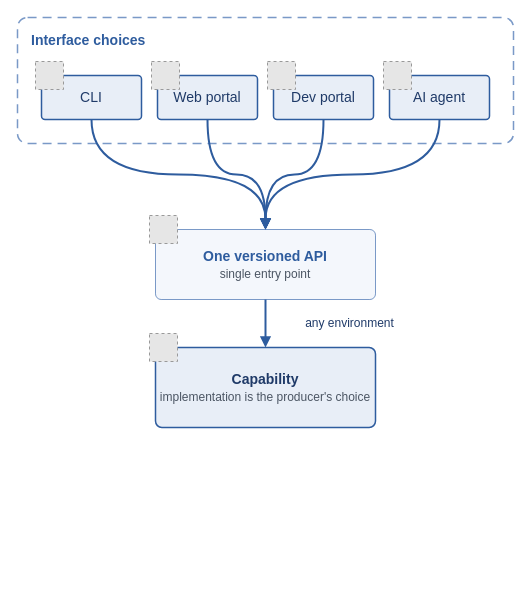
The draw.io diagram page "Fig 7 – Defined Contract" (7 of 11) of diagrams/pcf-community-draft.drawio in missBerg/platform-capabilities, before the edit. Source tidied: cells renumbered, new cells numbered last; positions are measured from the earlier drawing's top-left corner, leaving out a move shared by most shapes. Both pictures are drawn from the tidied source at 100%, with x=0, y=0 at pixel (17, 17). Pictures stored in the file or linked from it are replaced by grey dashed boxes.
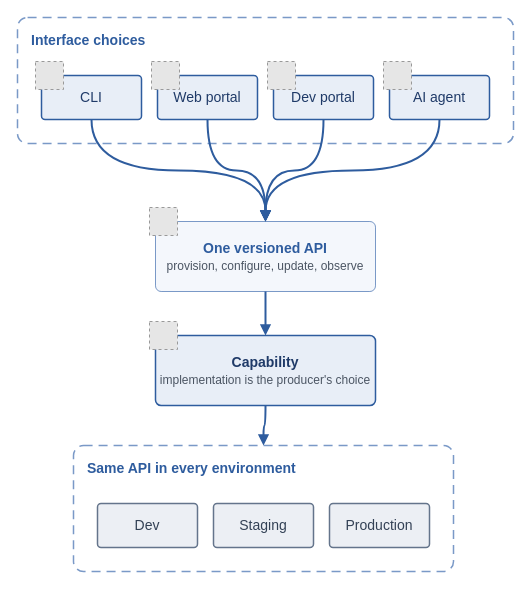
Above is the later version.

Diff of the diagram source:
```diff
@@
+    <mxCell id="20" value="&lt;b&gt;Same API in every environment&lt;/b&gt;" style="rounded=1;whiteSpace=wrap;html=1;arcSize=8;fillColor=none;strokeColor=#7A99C7;strokeWidth=1.5;fontColor=#2E5C9E;fontFamily=Helvetica;fontSize=14;align=left;verticalAlign=top;dashed=1;dashPattern=6 4;spacingLeft=12;spacingTop=8;shadow=0;" parent="1" vertex="1">
+      <mxGeometry x="56" y="428" width="380" height="126" as="geometry" />
+    </mxCell>
@@
-    <mxCell id="11" value="&lt;b&gt;One versioned API&lt;/b&gt;&lt;br&gt;&lt;font style=&quot;font-size: 12px&quot; color=&quot;#4B5563&quot;&gt;single entry point&lt;/font&gt;" style="rounded=1;whiteSpace=wrap;html=1;arcSize=8;fillColor=#F4F7FC;strokeColor=#7A99C7;strokeWidth=1;fontColor=#2E5C9E;fontFamily=Helvetica;fontSize=14;align=center;verticalAlign=middle;shadow=0;" parent="1" vertex="1">
-      <mxGeometry x="138" y="212" width="220" height="70" as="geometry" />
+    <mxCell id="11" value="&lt;b&gt;One versioned API&lt;/b&gt;&lt;br&gt;&lt;font style=&quot;font-size: 12px&quot; color=&quot;#4B5563&quot;&gt;provision, configure, update, observe&lt;/font&gt;" style="rounded=1;whiteSpace=wrap;html=1;arcSize=8;fillColor=#F4F7FC;strokeColor=#7A99C7;strokeWidth=1;fontColor=#2E5C9E;fontFamily=Helvetica;fontSize=14;align=center;verticalAlign=middle;shadow=0;" parent="1" vertex="1">
+      <mxGeometry x="138" y="204" width="220" height="70" as="geometry" />
     </mxCell>
     <mxCell id="12" style="fillColor=#E6E6E6;strokeColor=#999999;dashed=1;verticalLabelPosition=bottom;verticalAlign=top;align=center;fontFamily=Helvetica;fontSize=14;fontColor=#1F3A68;" parent="1" vertex="1">
-      <mxGeometry x="132" y="198" width="28" height="28" as="geometry" />
+      <mxGeometry x="132" y="190" width="28" height="28" as="geometry" />
     </mxCell>
     <mxCell id="13" value="&lt;b&gt;Capability&lt;/b&gt;&lt;br&gt;&lt;font style=&quot;font-size: 12px&quot; color=&quot;#4B5563&quot;&gt;implementation is the producer&amp;#x27;s choice&lt;/font&gt;" style="rounded=1;whiteSpace=wrap;html=1;arcSize=8;fillColor=#E8EEF7;strokeColor=#2E5C9E;strokeWidth=1.5;fontColor=#1F3A68;fontFamily=Helvetica;fontSize=14;align=center;verticalAlign=middle;shadow=0;" parent="1" vertex="1">
-      <mxGeometry x="138" y="330" width="220" height="80" as="geometry" />
+      <mxGeometry x="138" y="318" width="220" height="70" as="geometry" />
     </mxCell>
     <mxCell id="14" style="fillColor=#E6E6E6;strokeColor=#999999;dashed=1;verticalLabelPosition=bottom;verticalAlign=top;align=center;fontFamily=Helvetica;fontSize=14;fontColor=#1F3A68;" parent="1" vertex="1">
-      <mxGeometry x="132" y="316" width="28" height="28" as="geometry" />
+      <mxGeometry x="132" y="304" width="28" height="28" as="geometry" />
     </mxCell>
+    <mxCell id="21" value="Dev" style="rounded=1;whiteSpace=wrap;html=1;arcSize=8;fillColor=#ECEFF4;strokeColor=#64748B;strokeWidth=1.5;fontColor=#334155;fontFamily=Helvetica;fontSize=14;align=center;verticalAlign=middle;shadow=0;" parent="1" vertex="1">
+      <mxGeometry x="80" y="486" width="100" height="44" as="geometry" />
+    </mxCell>
+    <mxCell id="22" value="Staging" style="rounded=1;whiteSpace=wrap;html=1;arcSize=8;fillColor=#ECEFF4;strokeColor=#64748B;strokeWidth=1.5;fontColor=#334155;fontFamily=Helvetica;fontSize=14;align=center;verticalAlign=middle;shadow=0;" parent="1" vertex="1">
+      <mxGeometry x="196" y="486" width="100" height="44" as="geometry" />
+    </mxCell>
+    <mxCell id="23" value="Production" style="rounded=1;whiteSpace=wrap;html=1;arcSize=8;fillColor=#ECEFF4;strokeColor=#64748B;strokeWidth=1.5;fontColor=#334155;fontFamily=Helvetica;fontSize=14;align=center;verticalAlign=middle;shadow=0;" parent="1" vertex="1">
+      <mxGeometry x="312" y="486" width="100" height="44" as="geometry" />
+    </mxCell>
@@
-    <mxCell id="19" value="any environment" style="edgeStyle=orthogonalEdgeStyle;endArrow=block;html=1;rounded=0;strokeColor=#2E5C9E;strokeWidth=2;fontColor=#1F3A68;fontFamily=Helvetica;fontSize=12;endFill=1;curved=1;exitX=0.5;exitY=1;exitDx=0;exitDy=0;entryX=0.5;entryY=0;entryDx=0;entryDy=0;" parent="1" edge="1" source="11" target="13">
-      <mxGeometry relative="1" as="geometry">
-        <mxPoint x="84" as="offset" />
-      </mxGeometry>
+    <mxCell id="19" style="edgeStyle=orthogonalEdgeStyle;endArrow=block;html=1;rounded=0;strokeColor=#2E5C9E;strokeWidth=2;fontColor=#1F3A68;fontFamily=Helvetica;fontSize=12;endFill=1;curved=1;exitX=0.5;exitY=1;exitDx=0;exitDy=0;entryX=0.5;entryY=0;entryDx=0;entryDy=0;" parent="1" edge="1" source="11" target="13">
+      <mxGeometry relative="1" as="geometry" />
     </mxCell>
+    <mxCell id="24" style="edgeStyle=orthogonalEdgeStyle;endArrow=block;html=1;rounded=0;strokeColor=#2E5C9E;strokeWidth=2;fontColor=#1F3A68;fontFamily=Helvetica;fontSize=12;endFill=1;curved=1;exitX=0.5;exitY=1;exitDx=0;exitDy=0;entryX=0.5;entryY=0;entryDx=0;entryDy=0;" parent="1" edge="1" source="13" target="20">
+      <mxGeometry relative="1" as="geometry" />
+    </mxCell>
```
